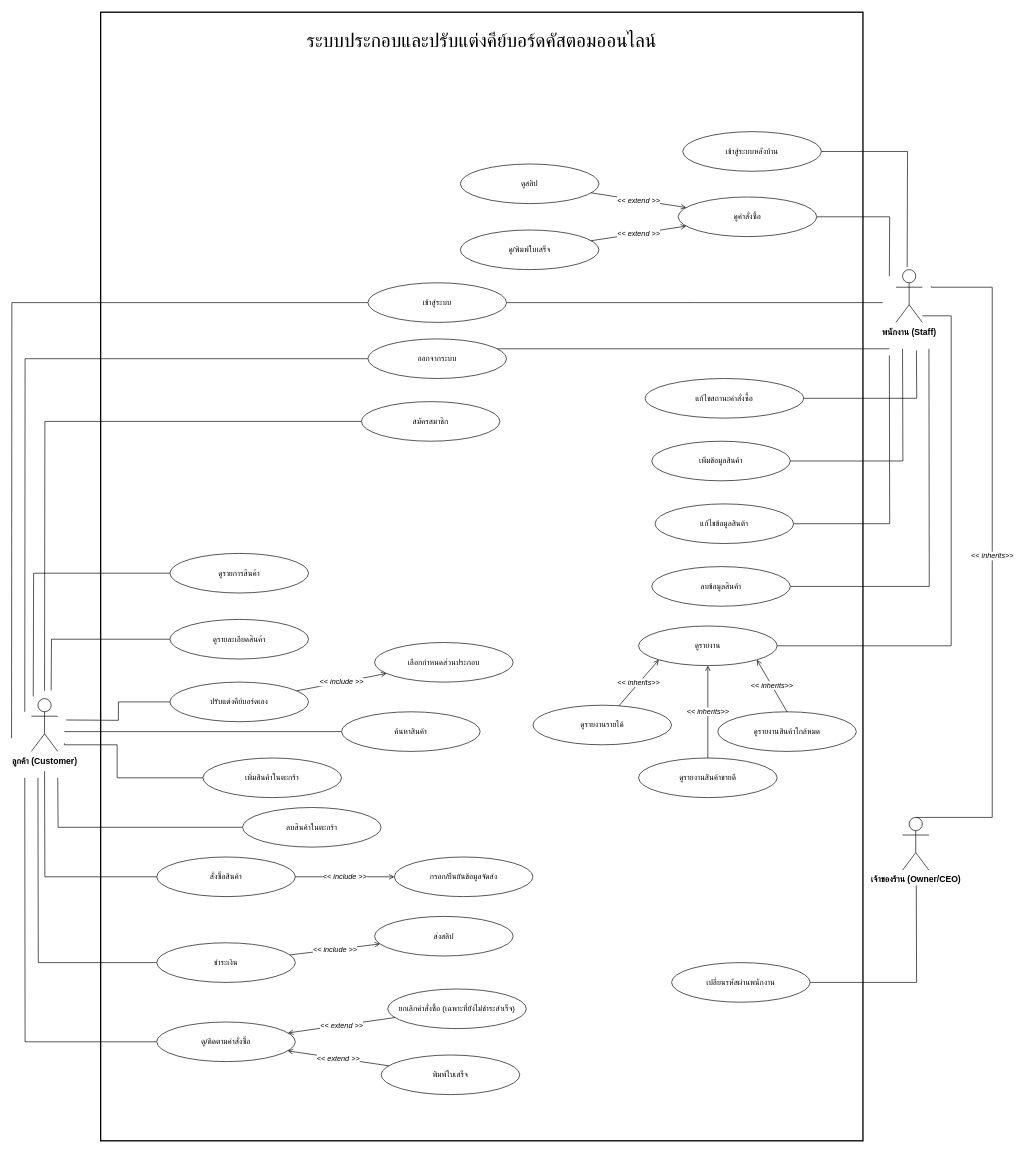
Above: Diagram/UseCase.drawio in Natthapong-boy/Custom-Keyboard-WebApp (draw.io), before the change. Source tidied: cells renumbered, new cells numbered last; positions are measured from the earlier drawing's top-left corner, leaving out a move shared by most shapes. Both pictures are drawn from the tidied source at 66%, with x=0, y=0 at pixel (11, 12).
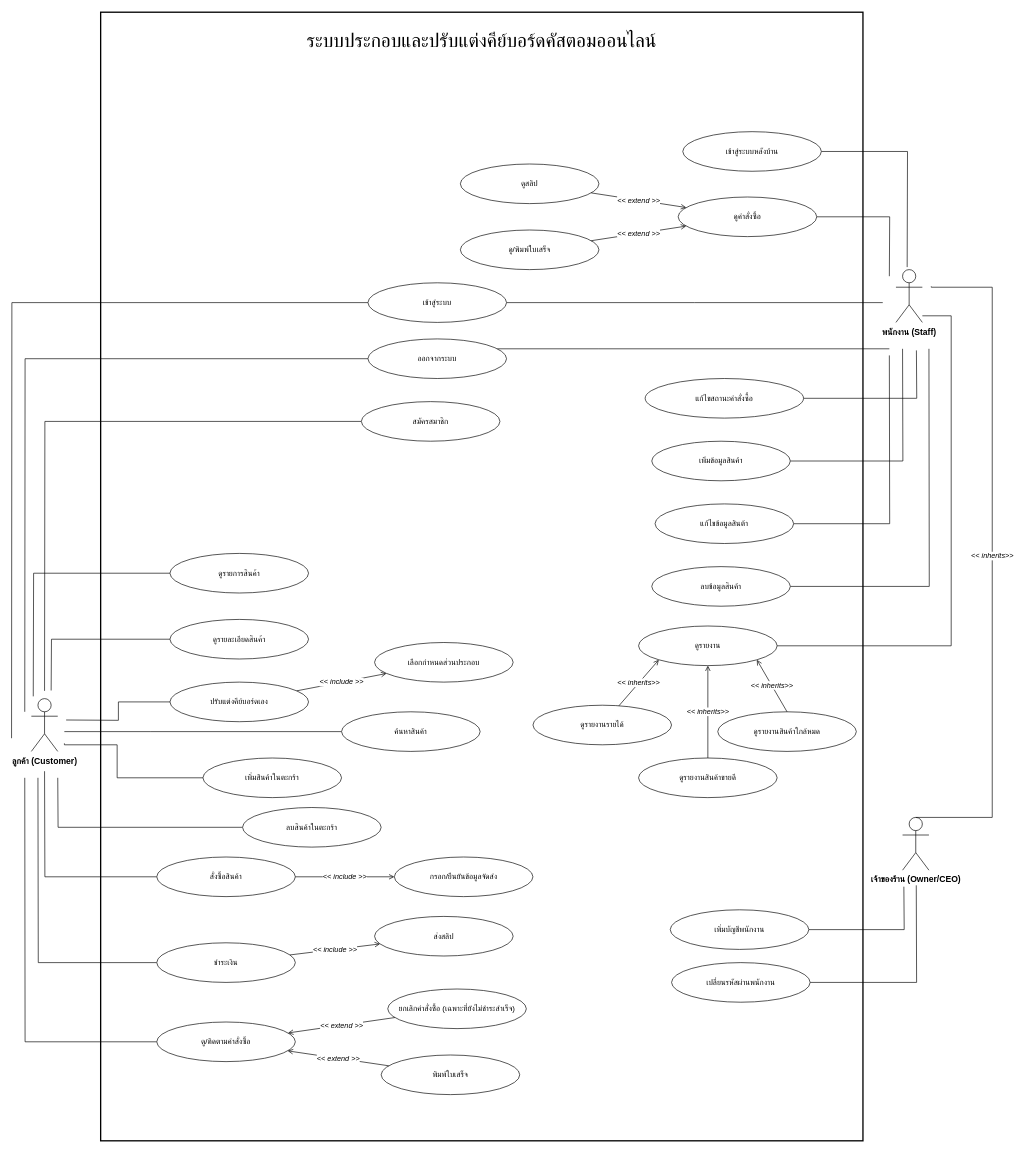
The same page after the edit.

Commit message (it also covers changes not shown here):
เพิ่ม Diagram ทั้งหมด V.1

Change to the diagram source:
```diff
@@
+    <mxCell id="69" style="edgeStyle=orthogonalEdgeStyle;rounded=0;jettySize=auto;html=1;endArrow=none;endFill=0;" parent="1" edge="1" source="70">
+      <mxGeometry relative="1" as="geometry">
+        <mxPoint x="1352" y="1325" as="targetPoint" />
+      </mxGeometry>
+    </mxCell>
+    <mxCell id="70" value="เพิ่มบัญชีพนักงาน" style="ellipse;whiteSpace=wrap;html=1;fontSize=12;" parent="1" vertex="1">
+      <mxGeometry x="998" y="1360" width="210" height="60" as="geometry" />
+    </mxCell>
```
